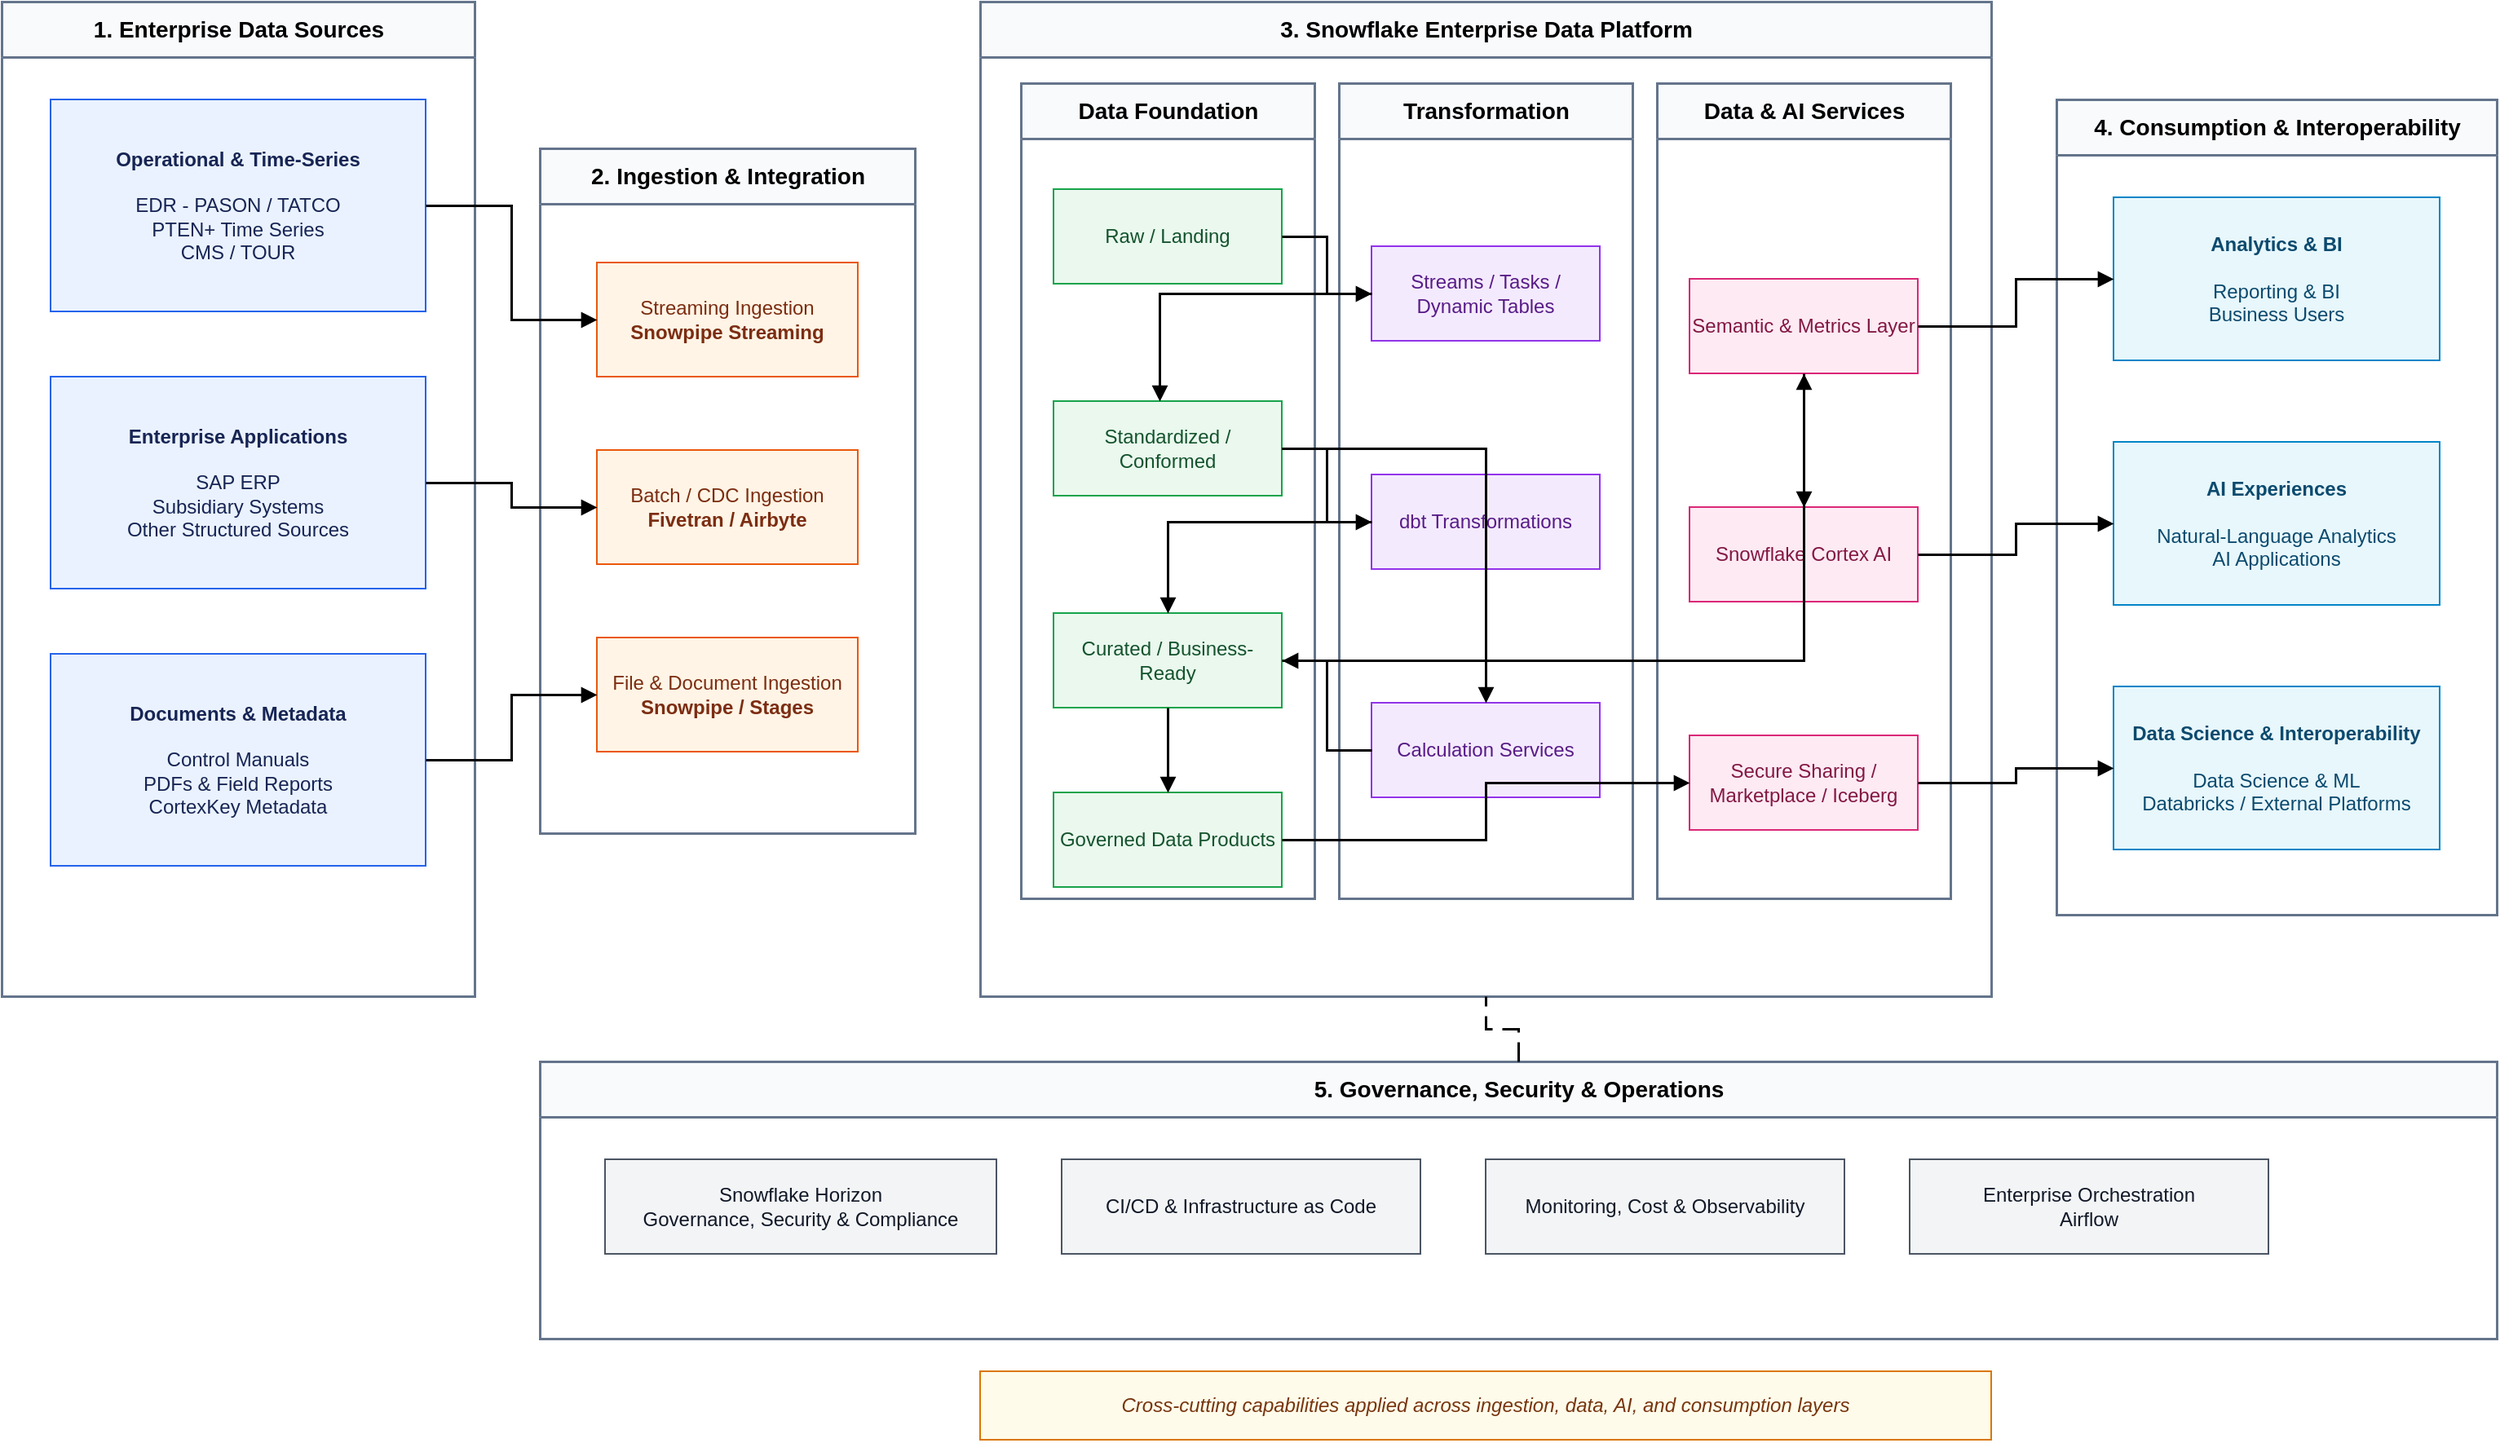
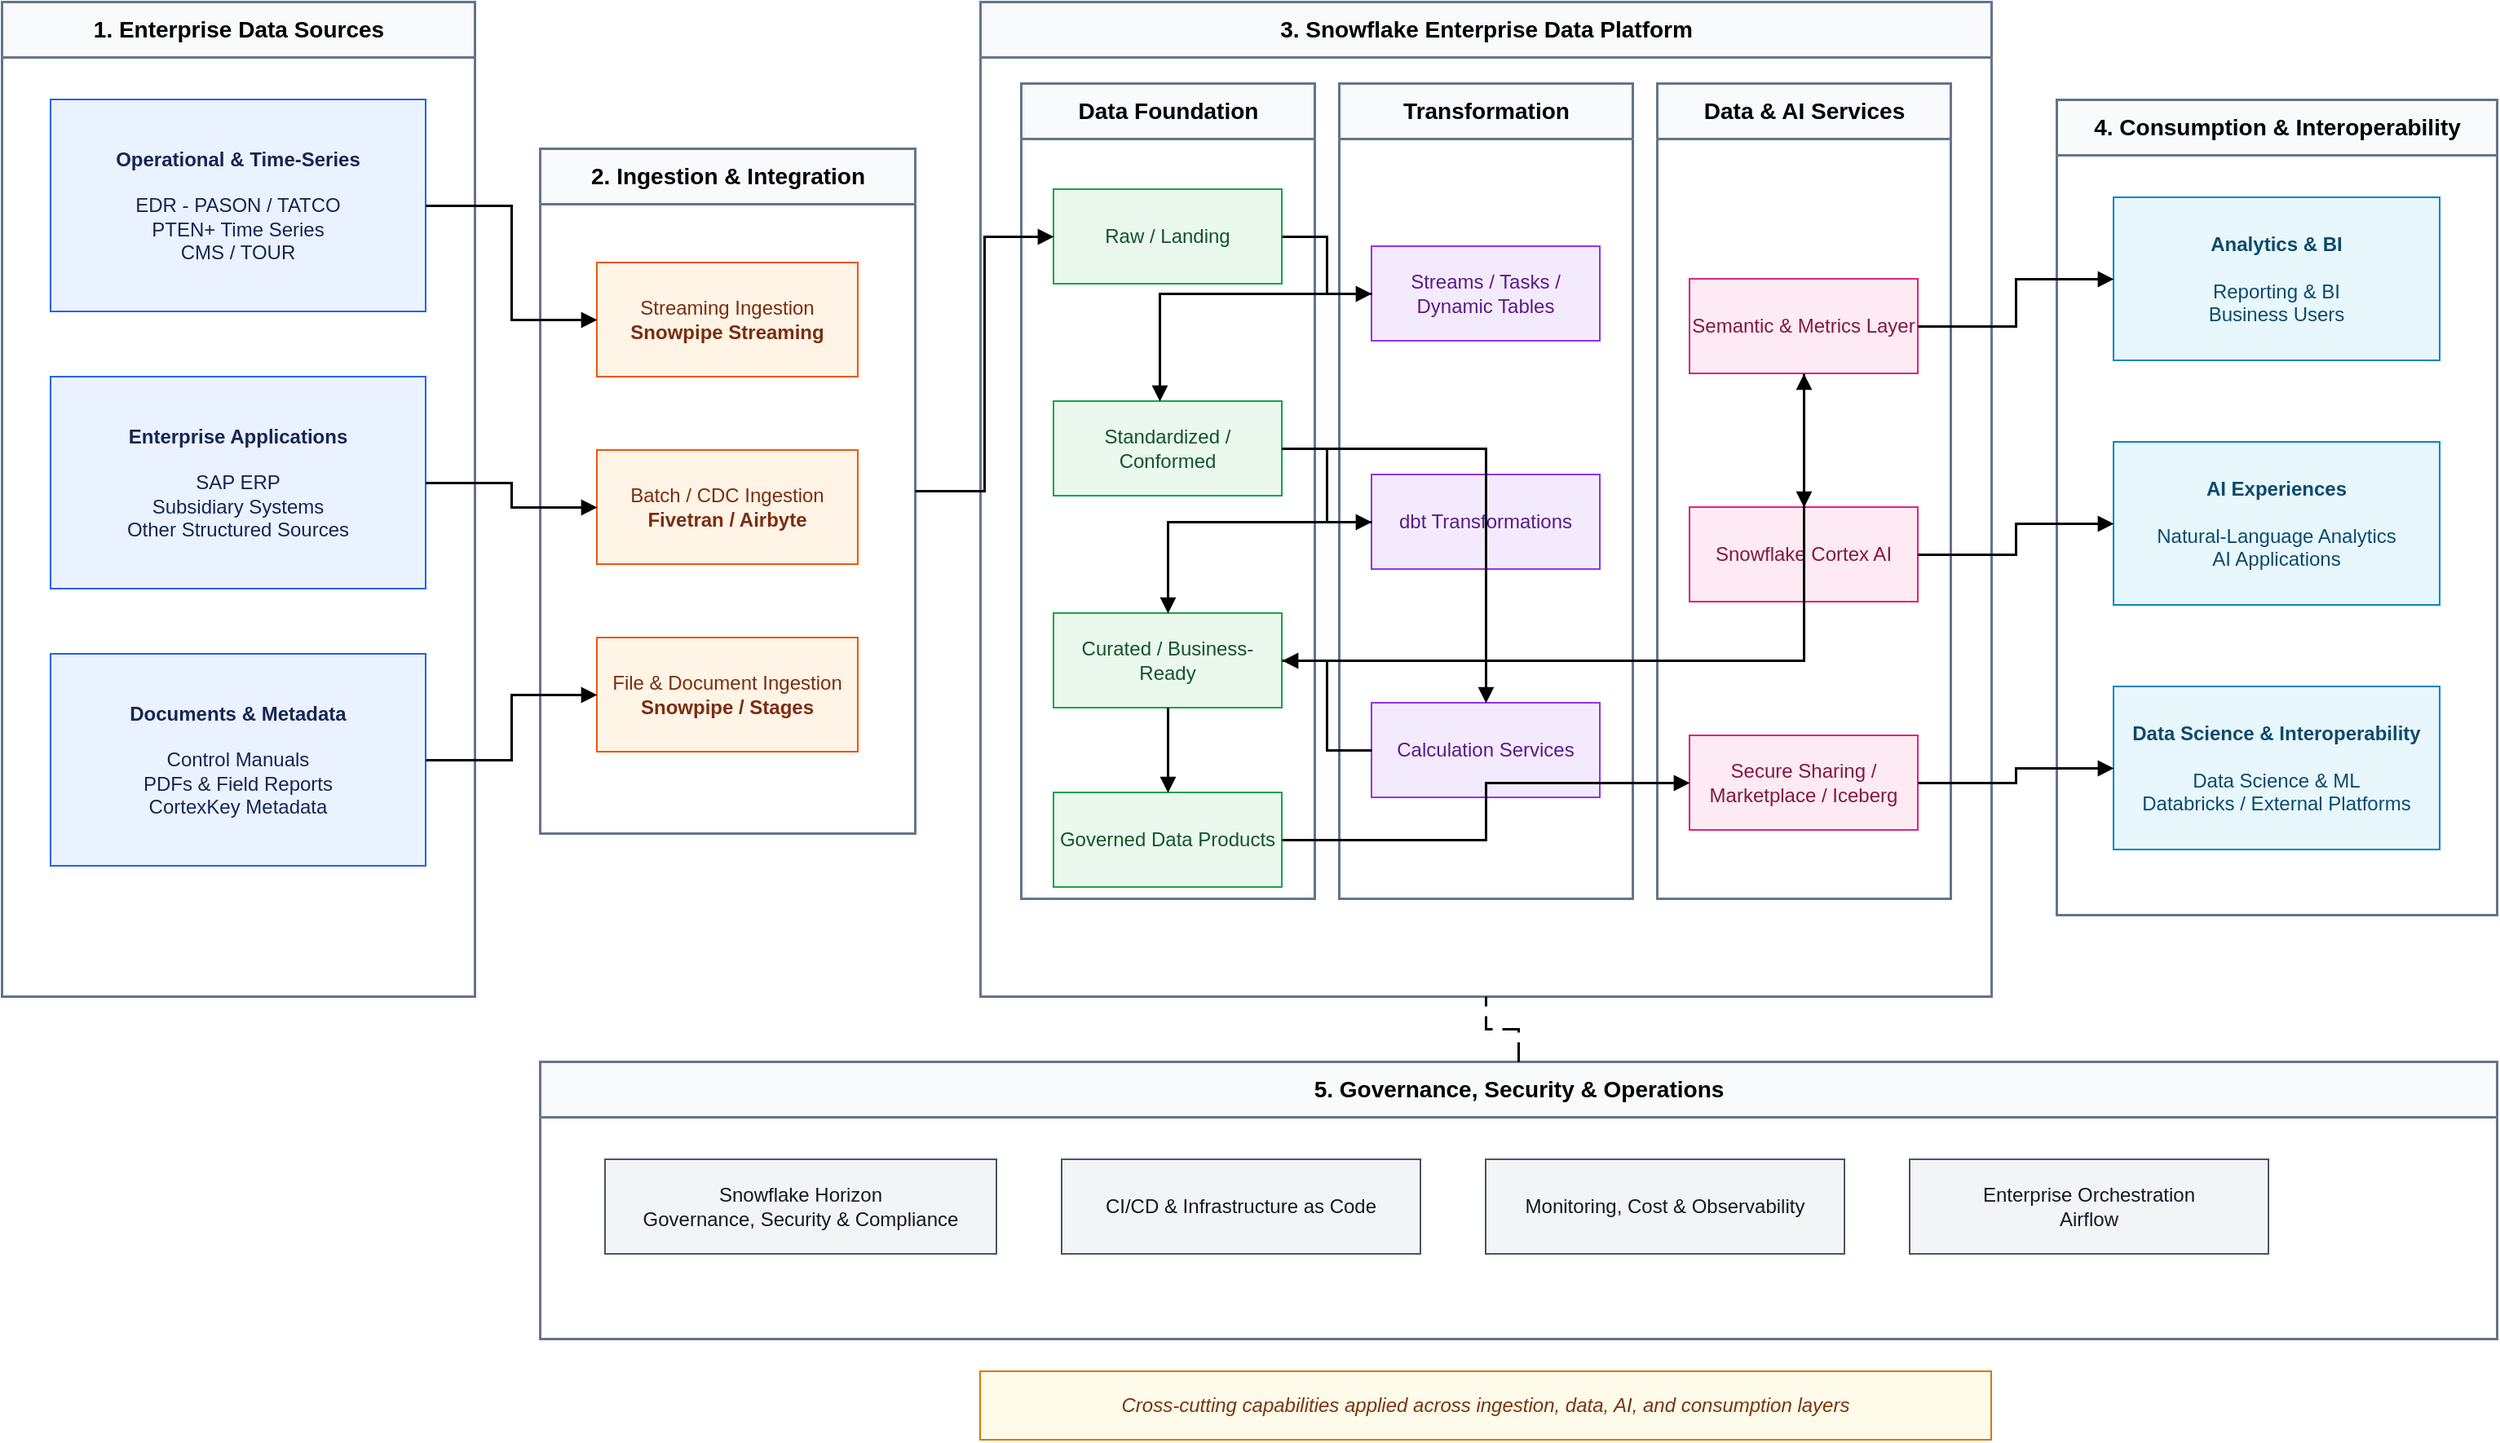
<mxfile host="app.diagrams.net" agent="ChatGPT">
  <diagram id="snowflake-clean" name="Snowflake Enterprise Architecture - Clean">
    <mxGraphModel dx="1555" dy="1516" grid="1" gridSize="10" guides="1" tooltips="1" connect="1" arrows="1" fold="1" page="1" pageScale="1" pageWidth="1800" pageHeight="1000" math="0" shadow="0">
      <root>
        <mxCell id="0" />
        <mxCell id="1" parent="0" />
        <mxCell id="sources" parent="1" style="swimlane;html=1;rounded=0;startSize=34;horizontal=1;fontStyle=1;fontSize=14;strokeWidth=1.5;fillColor=#F8FAFC;strokeColor=#64748B;collapsible=0;" value="1. Enterprise Data Sources" vertex="1">
          <mxGeometry height="610" width="290" x="20" y="60" as="geometry" />
        </mxCell>
        <mxCell id="ingestion" parent="1" style="swimlane;html=1;rounded=0;startSize=34;horizontal=1;fontStyle=1;fontSize=14;strokeWidth=1.5;fillColor=#F8FAFC;strokeColor=#64748B;collapsible=0;" value="2. Ingestion &amp; Integration" vertex="1">
          <mxGeometry height="420" width="230" x="350" y="150" as="geometry" />
        </mxCell>
        <mxCell id="platform" parent="1" style="swimlane;html=1;rounded=0;startSize=34;horizontal=1;fontStyle=1;fontSize=14;strokeWidth=1.5;fillColor=#F8FAFC;strokeColor=#64748B;collapsible=0;" value="3. Snowflake Enterprise Data Platform" vertex="1">
          <mxGeometry height="610" width="620" x="620" y="60" as="geometry" />
        </mxCell>
        <mxCell id="consumption" parent="1" style="swimlane;html=1;rounded=0;startSize=34;horizontal=1;fontStyle=1;fontSize=14;strokeWidth=1.5;fillColor=#F8FAFC;strokeColor=#64748B;collapsible=0;" value="4. Consumption &amp; Interoperability" vertex="1">
          <mxGeometry height="500" width="270" x="1280" y="120" as="geometry" />
        </mxCell>
        <mxCell id="control" parent="1" style="swimlane;html=1;rounded=0;startSize=34;horizontal=1;fontStyle=1;fontSize=14;strokeWidth=1.5;fillColor=#F8FAFC;strokeColor=#64748B;collapsible=0;" value="5. Governance, Security &amp; Operations" vertex="1">
          <mxGeometry height="170" width="1200" x="350" y="710" as="geometry" />
        </mxCell>
        <mxCell id="op_src" parent="1" style="rounded=0;whiteSpace=wrap;html=1;fillColor=#EAF2FF;strokeColor=#2563EB;fontColor=#172554;" value="&lt;b&gt;Operational &amp; Time-Series&lt;/b&gt;&lt;br&gt;&lt;br&gt;EDR - PASON / TATCO&lt;br&gt;PTEN+ Time Series&lt;br&gt;CMS / TOUR" vertex="1">
          <mxGeometry height="130" width="230" x="50" y="120" as="geometry" />
        </mxCell>
        <mxCell id="ent_src" parent="1" style="rounded=0;whiteSpace=wrap;html=1;fillColor=#EAF2FF;strokeColor=#2563EB;fontColor=#172554;" value="&lt;b&gt;Enterprise Applications&lt;/b&gt;&lt;br&gt;&lt;br&gt;SAP ERP&lt;br&gt;Subsidiary Systems&lt;br&gt;Other Structured Sources" vertex="1">
          <mxGeometry height="130" width="230" x="50" y="290" as="geometry" />
        </mxCell>
        <mxCell id="doc_src" parent="1" style="rounded=0;whiteSpace=wrap;html=1;fillColor=#EAF2FF;strokeColor=#2563EB;fontColor=#172554;" value="&lt;b&gt;Documents &amp; Metadata&lt;/b&gt;&lt;br&gt;&lt;br&gt;Control Manuals&lt;br&gt;PDFs &amp; Field Reports&lt;br&gt;CortexKey Metadata" vertex="1">
          <mxGeometry height="130" width="230" x="50" y="460" as="geometry" />
        </mxCell>
        <mxCell id="stream" parent="1" style="rounded=0;whiteSpace=wrap;html=1;fillColor=#FFF4E5;strokeColor=#EA580C;fontColor=#7C2D12;" value="Streaming Ingestion&lt;br&gt;&lt;b&gt;Snowpipe Streaming&lt;/b&gt;" vertex="1">
          <mxGeometry height="70" width="160" x="385" y="220" as="geometry" />
        </mxCell>
        <mxCell id="batch" parent="1" style="rounded=0;whiteSpace=wrap;html=1;fillColor=#FFF4E5;strokeColor=#EA580C;fontColor=#7C2D12;" value="Batch / CDC Ingestion&lt;br&gt;&lt;b&gt;Fivetran / Airbyte&lt;/b&gt;" vertex="1">
          <mxGeometry height="70" width="160" x="385" y="335" as="geometry" />
        </mxCell>
        <mxCell id="files" parent="1" style="rounded=0;whiteSpace=wrap;html=1;fillColor=#FFF4E5;strokeColor=#EA580C;fontColor=#7C2D12;" value="File &amp; Document Ingestion&lt;br&gt;&lt;b&gt;Snowpipe / Stages&lt;/b&gt;" vertex="1">
          <mxGeometry height="70" width="160" x="385" y="450" as="geometry" />
        </mxCell>
        <mxCell id="foundation" parent="1" style="swimlane;html=1;rounded=0;startSize=34;horizontal=1;fontStyle=1;fontSize=14;strokeWidth=1.5;fillColor=#F8FAFC;strokeColor=#64748B;collapsible=0;" value="Data Foundation" vertex="1">
          <mxGeometry height="500" width="180" x="645" y="110" as="geometry" />
        </mxCell>
        <mxCell id="transform" parent="1" style="swimlane;html=1;rounded=0;startSize=34;horizontal=1;fontStyle=1;fontSize=14;strokeWidth=1.5;fillColor=#F8FAFC;strokeColor=#64748B;collapsible=0;" value="Transformation" vertex="1">
          <mxGeometry height="500" width="180" x="840" y="110" as="geometry" />
        </mxCell>
        <mxCell id="serve" parent="1" style="swimlane;html=1;rounded=0;startSize=34;horizontal=1;fontStyle=1;fontSize=14;strokeWidth=1.5;fillColor=#F8FAFC;strokeColor=#64748B;collapsible=0;" value="Data &amp; AI Services" vertex="1">
          <mxGeometry height="500" width="180" x="1035" y="110" as="geometry" />
        </mxCell>
        <mxCell id="raw" parent="1" style="rounded=0;whiteSpace=wrap;html=1;fillColor=#EAF8EE;strokeColor=#16A34A;fontColor=#14532D;" value="Raw / Landing" vertex="1">
          <mxGeometry height="58" width="140" x="665" y="175" as="geometry" />
        </mxCell>
        <mxCell id="standard" parent="1" style="rounded=0;whiteSpace=wrap;html=1;fillColor=#EAF8EE;strokeColor=#16A34A;fontColor=#14532D;" value="Standardized / Conformed" vertex="1">
          <mxGeometry height="58" width="140" x="665" y="305" as="geometry" />
        </mxCell>
        <mxCell id="curated" parent="1" style="rounded=0;whiteSpace=wrap;html=1;fillColor=#EAF8EE;strokeColor=#16A34A;fontColor=#14532D;" value="Curated / Business-Ready" vertex="1">
          <mxGeometry height="58" width="140" x="665" y="435" as="geometry" />
        </mxCell>
        <mxCell id="products" parent="1" style="rounded=0;whiteSpace=wrap;html=1;fillColor=#EAF8EE;strokeColor=#16A34A;fontColor=#14532D;" value="Governed Data Products" vertex="1">
          <mxGeometry height="58" width="140" x="665" y="545" as="geometry" />
        </mxCell>
        <mxCell id="native" parent="1" style="rounded=0;whiteSpace=wrap;html=1;fillColor=#F4EAFE;strokeColor=#9333EA;fontColor=#581C87;" value="Streams / Tasks /&lt;br&gt;Dynamic Tables" vertex="1">
          <mxGeometry height="58" width="140" x="860" y="210" as="geometry" />
        </mxCell>
        <mxCell id="dbt" parent="1" style="rounded=0;whiteSpace=wrap;html=1;fillColor=#F4EAFE;strokeColor=#9333EA;fontColor=#581C87;" value="dbt Transformations" vertex="1">
          <mxGeometry height="58" width="140" x="860" y="350" as="geometry" />
        </mxCell>
        <mxCell id="calc" parent="1" style="rounded=0;whiteSpace=wrap;html=1;fillColor=#F4EAFE;strokeColor=#9333EA;fontColor=#581C87;" value="Calculation Services" vertex="1">
          <mxGeometry height="58" width="140" x="860" y="490" as="geometry" />
        </mxCell>
        <mxCell id="semantic" parent="1" style="rounded=0;whiteSpace=wrap;html=1;fillColor=#FDEAF3;strokeColor=#DB2777;fontColor=#831843;" value="Semantic &amp; Metrics Layer" vertex="1">
          <mxGeometry height="58" width="140" x="1055" y="230" as="geometry" />
        </mxCell>
        <mxCell id="cortex" parent="1" style="rounded=0;whiteSpace=wrap;html=1;fillColor=#FDEAF3;strokeColor=#DB2777;fontColor=#831843;" value="Snowflake Cortex AI" vertex="1">
          <mxGeometry height="58" width="140" x="1055" y="370" as="geometry" />
        </mxCell>
        <mxCell id="sharing" parent="1" style="rounded=0;whiteSpace=wrap;html=1;fillColor=#FDEAF3;strokeColor=#DB2777;fontColor=#831843;" value="Secure Sharing /&lt;br&gt;Marketplace / Iceberg" vertex="1">
          <mxGeometry height="58" width="140" x="1055" y="510" as="geometry" />
        </mxCell>
        <mxCell id="analytics" parent="1" style="rounded=0;whiteSpace=wrap;html=1;fillColor=#E7F7FC;strokeColor=#0284C7;fontColor=#0C4A6E;" value="&lt;b&gt;Analytics &amp; BI&lt;/b&gt;&lt;br&gt;&lt;br&gt;Reporting &amp; BI&lt;br&gt;Business Users" vertex="1">
          <mxGeometry height="100" width="200" x="1315" y="180" as="geometry" />
        </mxCell>
        <mxCell id="ai_consume" parent="1" style="rounded=0;whiteSpace=wrap;html=1;fillColor=#E7F7FC;strokeColor=#0284C7;fontColor=#0C4A6E;" value="&lt;b&gt;AI Experiences&lt;/b&gt;&lt;br&gt;&lt;br&gt;Natural-Language Analytics&lt;br&gt;AI Applications" vertex="1">
          <mxGeometry height="100" width="200" x="1315" y="330" as="geometry" />
        </mxCell>
        <mxCell id="interop" parent="1" style="rounded=0;whiteSpace=wrap;html=1;fillColor=#E7F7FC;strokeColor=#0284C7;fontColor=#0C4A6E;" value="&lt;b&gt;Data Science &amp; Interoperability&lt;/b&gt;&lt;br&gt;&lt;br&gt;Data Science &amp; ML&lt;br&gt;Databricks / External Platforms" vertex="1">
          <mxGeometry height="100" width="200" x="1315" y="480" as="geometry" />
        </mxCell>
        <mxCell id="horizon" parent="1" style="rounded=0;whiteSpace=wrap;html=1;fillColor=#F3F4F6;strokeColor=#4B5563;fontColor=#111827;" value="Snowflake Horizon&lt;br&gt;Governance, Security &amp; Compliance" vertex="1">
          <mxGeometry height="58" width="240" x="390" y="770" as="geometry" />
        </mxCell>
        <mxCell id="cicd" parent="1" style="rounded=0;whiteSpace=wrap;html=1;fillColor=#F3F4F6;strokeColor=#4B5563;fontColor=#111827;" value="CI/CD &amp; Infrastructure as Code" vertex="1">
          <mxGeometry height="58" width="220" x="670" y="770" as="geometry" />
        </mxCell>
        <mxCell id="obs" parent="1" style="rounded=0;whiteSpace=wrap;html=1;fillColor=#F3F4F6;strokeColor=#4B5563;fontColor=#111827;" value="Monitoring, Cost &amp; Observability" vertex="1">
          <mxGeometry height="58" width="220" x="930" y="770" as="geometry" />
        </mxCell>
        <mxCell id="orch" parent="1" style="rounded=0;whiteSpace=wrap;html=1;fillColor=#F3F4F6;strokeColor=#4B5563;fontColor=#111827;" value="Enterprise Orchestration&lt;br&gt;Airflow" vertex="1">
          <mxGeometry height="58" width="220" x="1190" y="770" as="geometry" />
        </mxCell>
        <mxCell id="crosscut" parent="1" style="rounded=0;whiteSpace=wrap;html=1;fillColor=#FFFBEA;strokeColor=#D97706;fontColor=#78350F;fontStyle=2;" value="Cross-cutting capabilities applied across ingestion, data, AI, and consumption layers" vertex="1">
          <mxGeometry height="42" width="620" x="620" y="900" as="geometry" />
        </mxCell>
        <mxCell id="e1" edge="1" parent="1" source="op_src" style="edgeStyle=orthogonalEdgeStyle;rounded=0;orthogonalLoop=1;jettySize=auto;html=1;strokeWidth=1.5;endArrow=block;endFill=1;" target="stream">
          <mxGeometry relative="1" as="geometry" />
        </mxCell>
        <mxCell id="e2" edge="1" parent="1" source="ent_src" style="edgeStyle=orthogonalEdgeStyle;rounded=0;orthogonalLoop=1;jettySize=auto;html=1;strokeWidth=1.5;endArrow=block;endFill=1;" target="batch">
          <mxGeometry relative="1" as="geometry" />
        </mxCell>
        <mxCell id="e3" edge="1" parent="1" source="doc_src" style="edgeStyle=orthogonalEdgeStyle;rounded=0;orthogonalLoop=1;jettySize=auto;html=1;strokeWidth=1.5;endArrow=block;endFill=1;" target="files">
          <mxGeometry relative="1" as="geometry" />
        </mxCell>
+         <mxCell id="e4" edge="1" parent="1" source="ingestion" style="edgeStyle=orthogonalEdgeStyle;rounded=0;orthogonalLoop=1;jettySize=auto;html=1;strokeWidth=1.5;endArrow=block;endFill=1;exitX=1;exitY=0.5;exitDx=0;exitDy=0;entryX=0;entryY=0.5;entryDx=0;entryDy=0;" target="raw">
+           <mxGeometry relative="1" as="geometry" />
+         </mxCell>
        <mxCell id="e7" edge="1" parent="1" source="raw" style="edgeStyle=orthogonalEdgeStyle;rounded=0;orthogonalLoop=1;jettySize=auto;html=1;strokeWidth=1.5;endArrow=block;endFill=1;" target="native">
          <mxGeometry relative="1" as="geometry" />
        </mxCell>
        <mxCell id="e8" edge="1" parent="1" source="native" style="edgeStyle=orthogonalEdgeStyle;rounded=0;orthogonalLoop=1;jettySize=auto;html=1;strokeWidth=1.5;endArrow=block;endFill=1;" target="standard">
          <mxGeometry relative="1" as="geometry">
            <Array as="points">
              <mxPoint x="730" y="239" />
            </Array>
          </mxGeometry>
        </mxCell>
        <mxCell id="e9" edge="1" parent="1" source="standard" style="edgeStyle=orthogonalEdgeStyle;rounded=0;orthogonalLoop=1;jettySize=auto;html=1;strokeWidth=1.5;endArrow=block;endFill=1;" target="dbt">
          <mxGeometry relative="1" as="geometry" />
        </mxCell>
        <mxCell id="e10" edge="1" parent="1" source="dbt" style="edgeStyle=orthogonalEdgeStyle;rounded=0;orthogonalLoop=1;jettySize=auto;html=1;strokeWidth=1.5;endArrow=block;endFill=1;" target="curated">
          <mxGeometry relative="1" as="geometry" />
        </mxCell>
        <mxCell id="e11" edge="1" parent="1" source="standard" style="edgeStyle=orthogonalEdgeStyle;rounded=0;orthogonalLoop=1;jettySize=auto;html=1;strokeWidth=1.5;endArrow=block;endFill=1;" target="calc">
          <mxGeometry relative="1" as="geometry" />
        </mxCell>
        <mxCell id="e12" edge="1" parent="1" source="calc" style="edgeStyle=orthogonalEdgeStyle;rounded=0;orthogonalLoop=1;jettySize=auto;html=1;strokeWidth=1.5;endArrow=block;endFill=1;" target="curated">
          <mxGeometry relative="1" as="geometry" />
        </mxCell>
        <mxCell id="e13" edge="1" parent="1" source="curated" style="edgeStyle=orthogonalEdgeStyle;rounded=0;orthogonalLoop=1;jettySize=auto;html=1;strokeWidth=1.5;endArrow=block;endFill=1;" target="products">
          <mxGeometry relative="1" as="geometry" />
        </mxCell>
        <mxCell id="e14" edge="1" parent="1" source="curated" style="edgeStyle=orthogonalEdgeStyle;rounded=0;orthogonalLoop=1;jettySize=auto;html=1;strokeWidth=1.5;endArrow=block;endFill=1;" target="semantic">
          <mxGeometry relative="1" as="geometry" />
        </mxCell>
        <mxCell id="e15" edge="1" parent="1" source="products" style="edgeStyle=orthogonalEdgeStyle;rounded=0;orthogonalLoop=1;jettySize=auto;html=1;strokeWidth=1.5;endArrow=block;endFill=1;" target="sharing">
          <mxGeometry relative="1" as="geometry" />
        </mxCell>
        <mxCell id="e16" edge="1" parent="1" source="semantic" style="edgeStyle=orthogonalEdgeStyle;rounded=0;orthogonalLoop=1;jettySize=auto;html=1;strokeWidth=1.5;endArrow=block;endFill=1;" target="cortex">
          <mxGeometry relative="1" as="geometry" />
        </mxCell>
        <mxCell id="e17" edge="1" parent="1" source="semantic" style="edgeStyle=orthogonalEdgeStyle;rounded=0;orthogonalLoop=1;jettySize=auto;html=1;strokeWidth=1.5;endArrow=block;endFill=1;" target="analytics">
          <mxGeometry relative="1" as="geometry" />
        </mxCell>
        <mxCell id="e18" edge="1" parent="1" source="cortex" style="edgeStyle=orthogonalEdgeStyle;rounded=0;orthogonalLoop=1;jettySize=auto;html=1;strokeWidth=1.5;endArrow=block;endFill=1;" target="ai_consume">
          <mxGeometry relative="1" as="geometry" />
        </mxCell>
        <mxCell id="e19" edge="1" parent="1" source="sharing" style="edgeStyle=orthogonalEdgeStyle;rounded=0;orthogonalLoop=1;jettySize=auto;html=1;strokeWidth=1.5;endArrow=block;endFill=1;" target="interop">
          <mxGeometry relative="1" as="geometry" />
        </mxCell>
        <mxCell id="e20" edge="1" parent="1" source="control" style="edgeStyle=orthogonalEdgeStyle;rounded=0;orthogonalLoop=1;jettySize=auto;html=1;strokeWidth=1.5;endArrow=none;endFill=1;dashed=1;dashPattern=8 4;" target="platform">
          <mxGeometry relative="1" as="geometry" />
        </mxCell>
      </root>
    </mxGraphModel>
  </diagram>
- </mxfile>
+ </mxfile>